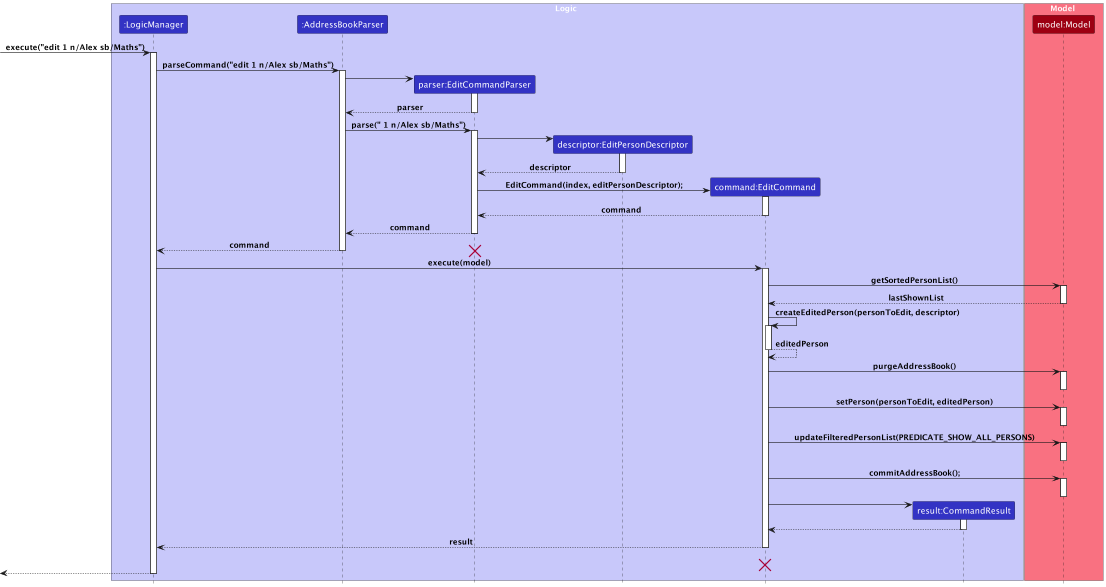
The PlantUML diagram docs/images/EditSequenceDiagram.png in nus-cs2103-AY2324S1/tp, before a commit.
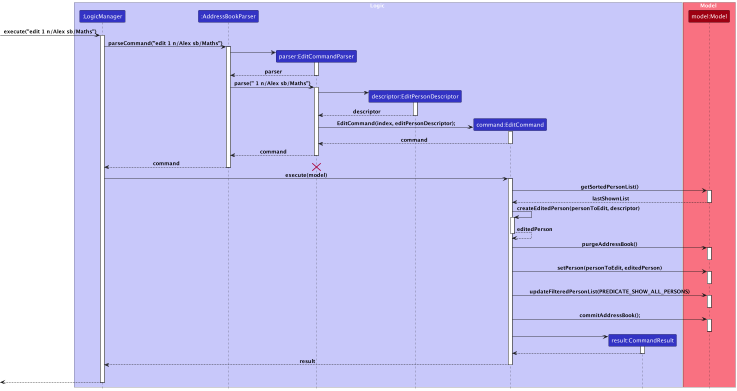
Above is the later version.

Change to the diagram source:
```diff
@@ -49,7 +49,6 @@
 EditCommandParser --> AddressBookParser : command
 deactivate EditCommandParser
 
-
 AddressBookParser --> LogicManager : command
 deactivate AddressBookParser
 
@@ -97,7 +96,6 @@
 EditCommand --> LogicManager : result
 deactivate EditCommand
 EditCommand -[hidden]-> LogicManager : result
-destroy EditCommand
 
 [<--LogicManager
 deactivate LogicManager
```
